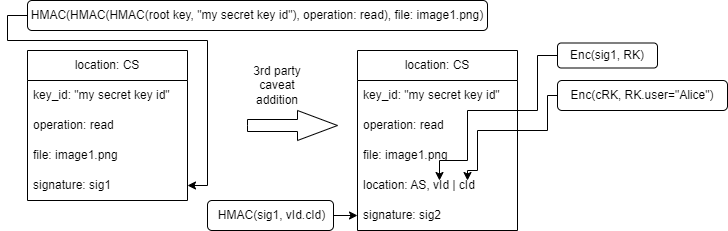
Above: praca/images/3rd_party_caveat.png in jitka1997/bachalor-thesis (draw.io), before the change. Source tidied: cells renumbered, new cells last; positions are measured from the earlier drawing's top-left corner, leaving out a move shared by most shapes.
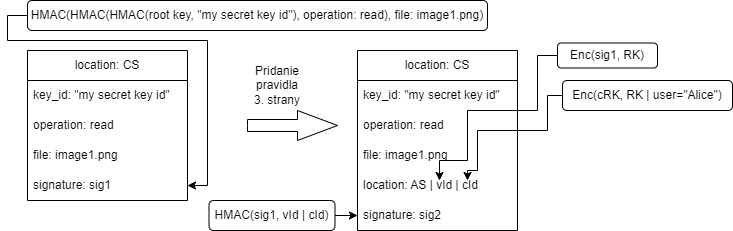
After the commit.

Diff of the diagram source:
```diff
@@ -36,7 +36,7 @@
     <mxCell id="10" style="html=1;shadow=0;dashed=0;align=center;verticalAlign=middle;shape=mxgraph.arrows2.arrow;dy=0.6;dx=40;notch=0;" parent="1" vertex="1">
       <mxGeometry x="240" y="110" width="90" height="30" as="geometry" />
     </mxCell>
-    <mxCell id="11" value="3rd party caveat addition" style="text;html=1;strokeColor=none;fillColor=none;align=center;verticalAlign=middle;whiteSpace=wrap;rounded=0;" parent="1" vertex="1">
+    <mxCell id="11" value="Pridanie pravidla&lt;br&gt;3. strany" style="text;html=1;strokeColor=none;fillColor=none;align=center;verticalAlign=middle;whiteSpace=wrap;rounded=0;" parent="1" vertex="1">
       <mxGeometry x="240" y="70" width="60" height="30" as="geometry" />
     </mxCell>
     <mxCell id="12" value="location: CS" style="swimlane;fontStyle=0;horizontal=1;startSize=30;whiteSpace=wrap;html=1;" parent="1" vertex="1">
@@ -51,20 +51,20 @@
     <mxCell id="15" value="file: image1.png" style="text;strokeColor=none;fillColor=none;align=left;verticalAlign=middle;spacingLeft=4;spacingRight=4;overflow=hidden;whiteSpace=wrap;html=1;" parent="12" vertex="1">
       <mxGeometry y="90" width="160" height="30" as="geometry" />
     </mxCell>
-    <mxCell id="16" value="location: AS, vId | cId" style="text;strokeColor=none;fillColor=none;align=left;verticalAlign=middle;spacingLeft=4;spacingRight=4;overflow=hidden;whiteSpace=wrap;html=1;" parent="12" vertex="1">
+    <mxCell id="16" value="location: AS | vId | cId" style="text;strokeColor=none;fillColor=none;align=left;verticalAlign=middle;spacingLeft=4;spacingRight=4;overflow=hidden;whiteSpace=wrap;html=1;" parent="12" vertex="1">
       <mxGeometry y="120" width="160" height="30" as="geometry" />
     </mxCell>
     <mxCell id="17" value="signature: sig2" style="text;strokeColor=none;fillColor=none;align=left;verticalAlign=middle;spacingLeft=4;spacingRight=4;overflow=hidden;points=[[0,0.5],[1,0.5]];portConstraint=eastwest;whiteSpace=wrap;html=1;" parent="12" vertex="1">
       <mxGeometry y="150" width="160" height="30" as="geometry" />
     </mxCell>
     <mxCell id="18" style="group;" parent="1" vertex="1">
-      <mxGeometry x="200" y="200" width="126" height="30" as="geometry" />
+      <mxGeometry x="200" y="200" width="127.5" height="30" as="geometry" />
     </mxCell>
-    <mxCell id="19" value="HMAC(sig1, vId.cId)" style="text;html=1;strokeColor=none;fillColor=none;align=center;verticalAlign=middle;whiteSpace=wrap;rounded=0;" parent="18" vertex="1">
+    <mxCell id="19" value="HMAC(sig1, vId | cId)" style="text;html=1;strokeColor=none;fillColor=none;align=center;verticalAlign=middle;whiteSpace=wrap;rounded=0;" parent="18" vertex="1">
       <mxGeometry x="3" width="123" height="30" as="geometry" />
     </mxCell>
     <mxCell id="20" style="rounded=1;whiteSpace=wrap;html=1;fillColor=none;" parent="18" vertex="1">
-      <mxGeometry width="126" height="30" as="geometry" />
+      <mxGeometry x="1.5" width="126" height="30" as="geometry" />
     </mxCell>
     <mxCell id="21" style="edgeStyle=orthogonalEdgeStyle;rounded=0;jettySize=auto;html=1;exitX=1;exitY=0.5;exitDx=0;exitDy=0;entryX=0;entryY=0.5;entryDx=0;entryDy=0;" parent="1" edge="1" source="20" target="17">
       <mxGeometry relative="1" as="geometry" />
@@ -72,8 +72,8 @@
     <mxCell id="22" value="Enc(sig1, RK)" style="text;html=1;strokeColor=none;fillColor=none;align=center;verticalAlign=middle;whiteSpace=wrap;rounded=0;" parent="1" vertex="1">
       <mxGeometry x="560" y="40" width="80" height="30" as="geometry" />
     </mxCell>
-    <mxCell id="23" value="Enc(cRK, RK.user=&quot;Alice&quot;)" style="text;html=1;strokeColor=none;fillColor=none;align=center;verticalAlign=middle;whiteSpace=wrap;rounded=0;" parent="1" vertex="1">
-      <mxGeometry x="560" y="80" width="150" height="30" as="geometry" />
+    <mxCell id="23" value="Enc(cRK, RK | user=&quot;Alice&quot;)" style="text;html=1;strokeColor=none;fillColor=none;align=center;verticalAlign=middle;whiteSpace=wrap;rounded=0;" parent="1" vertex="1">
+      <mxGeometry x="560" y="80" width="160" height="30" as="geometry" />
     </mxCell>
     <mxCell id="24" style="edgeStyle=orthogonalEdgeStyle;rounded=0;jettySize=auto;html=1;exitX=0;exitY=0.5;exitDx=0;exitDy=0;" parent="1" edge="1" source="27">
       <mxGeometry relative="1" as="geometry">
@@ -99,8 +99,8 @@
         </Array>
       </mxGeometry>
     </mxCell>
-    <mxCell id="26" style="rounded=1;whiteSpace=wrap;html=1;fillColor=none;" parent="1" vertex="1">
-      <mxGeometry x="550" y="80" width="170" height="30" as="geometry" />
+    <mxCell id="26" value="&amp;nbsp;" style="rounded=1;whiteSpace=wrap;html=1;fillColor=none;" parent="1" vertex="1">
+      <mxGeometry x="555" y="80" width="170" height="30" as="geometry" />
     </mxCell>
     <mxCell id="27" style="rounded=1;whiteSpace=wrap;html=1;fillColor=none;" parent="1" vertex="1">
       <mxGeometry x="550" y="42.5" width="100" height="25" as="geometry" />
```
